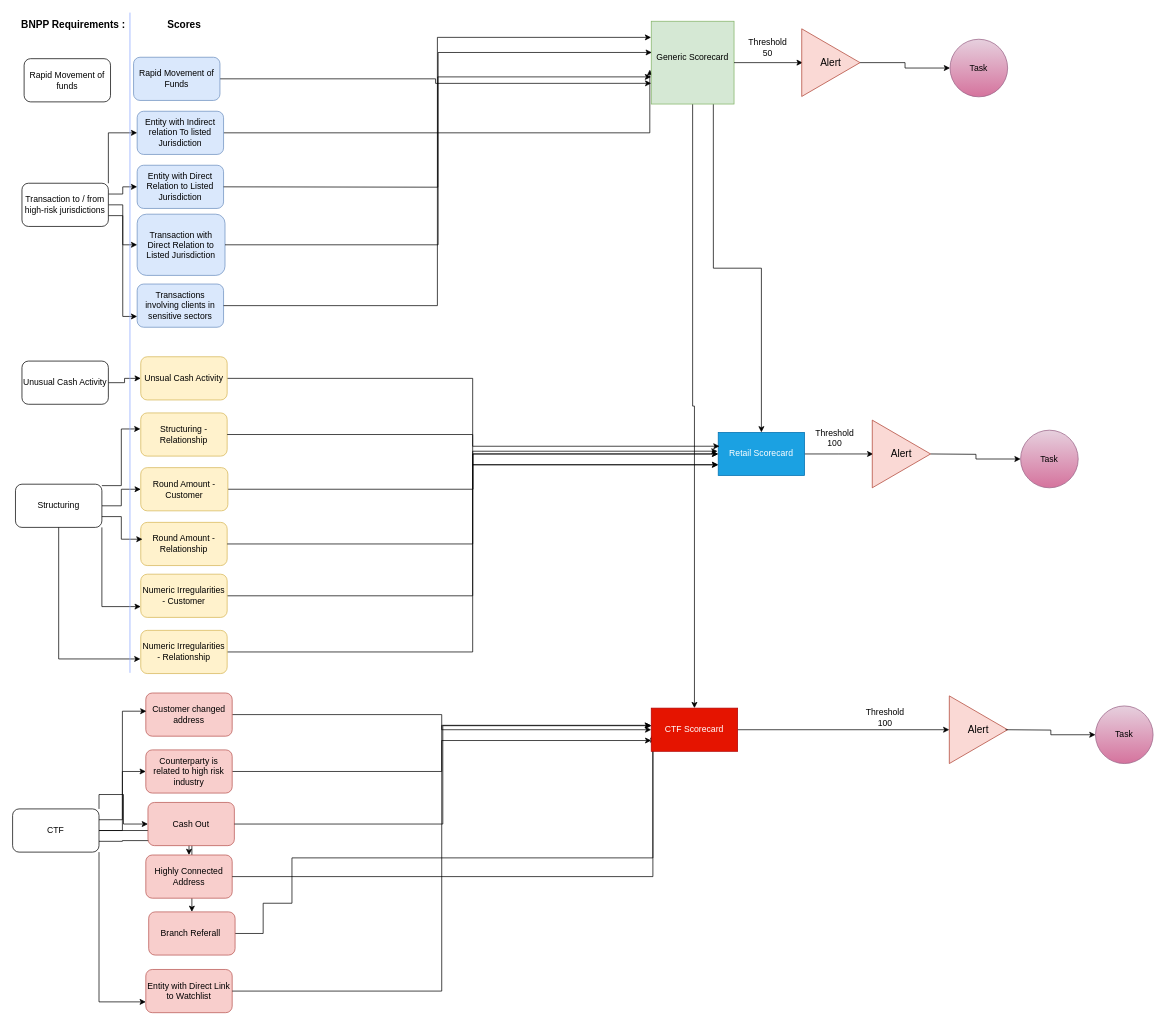
The draw.io diagram Retail Scorecard.drawio in q-jonathanzenouda/Customers, before the edit. Source tidied: cells renumbered, new cells numbered last; positions are measured from the earlier drawing's top-left corner, leaving out a move shared by most shapes. Both pictures are drawn from the tidied source at 72%, with x=0, y=0 at pixel (12, 12).
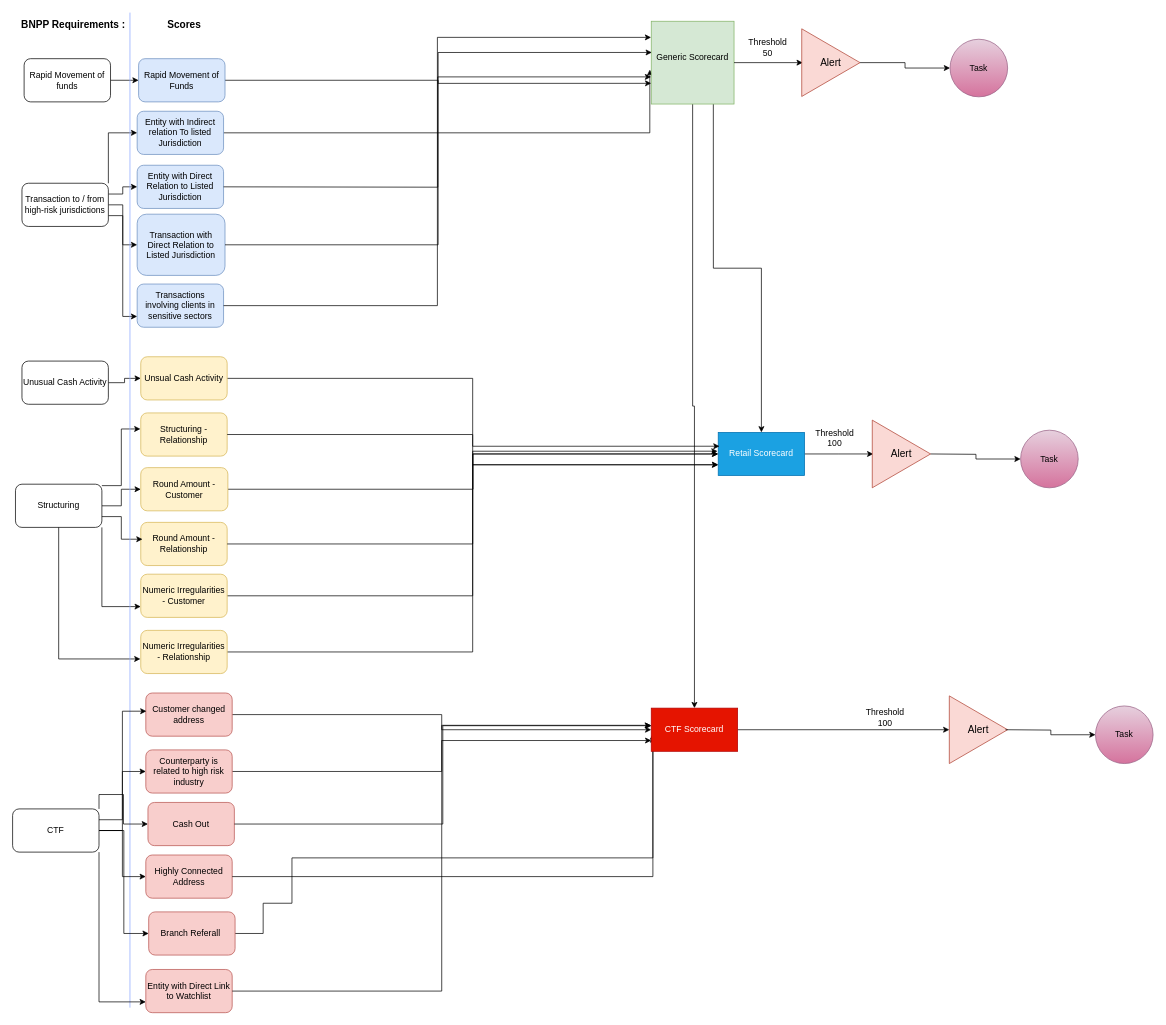
The same page after the edit.

Commit message:
Mettre à jour Retail Scorecard.drawio

Unchanged cells that the change refers to:
```xml
<mxCell id="33" value="Rapid Movement of funds" style="rounded=1;whiteSpace=wrap;html=1;" parent="1" vertex="1">
  <mxGeometry x="16" y="64" width="120" height="60" as="geometry" />
</mxCell>
<mxCell id="50" value="CTF" style="rounded=1;whiteSpace=wrap;html=1;" parent="1" vertex="1">
  <mxGeometry y="1106" width="120" height="60" as="geometry" />
</mxCell>
<mxCell id="56" value="Highly Connected Address" style="rounded=1;whiteSpace=wrap;html=1;fillColor=#f8cecc;strokeColor=#b85450;" parent="1" vertex="1">
  <mxGeometry x="185" y="1170" width="120" height="60" as="geometry" />
</mxCell>
<mxCell id="58" value="Branch Referall&amp;nbsp;" style="rounded=1;whiteSpace=wrap;html=1;fillColor=#f8cecc;strokeColor=#b85450;" parent="1" vertex="1">
  <mxGeometry x="189" y="1249" width="120" height="60" as="geometry" />
</mxCell>
```

The edit, as a diff of the source:
```diff
@@
     <mxCell id="6" value="Rapid Movement of Funds" style="rounded=1;whiteSpace=wrap;html=1;fillColor=#dae8fc;strokeColor=#6c8ebf;" parent="1" vertex="1">
-      <mxGeometry x="168" y="62" width="120" height="60" as="geometry" />
+      <mxGeometry x="175" y="64" width="120" height="60" as="geometry" />
     </mxCell>
@@
+    <mxCell id="80" style="edgeStyle=orthogonalEdgeStyle;rounded=0;jettySize=auto;html=1;exitX=1;exitY=0.5;exitDx=0;exitDy=0;entryX=0;entryY=0.5;entryDx=0;entryDy=0;" parent="1" edge="1" source="33" target="6">
+      <mxGeometry relative="1" as="geometry" />
+    </mxCell>
@@
     <mxCell id="44" style="endArrow=none;html=1;rounded=0;strokeColor=#8CA7FF;" parent="1" edge="1">
       <mxGeometry relative="1" as="geometry">
-        <mxPoint x="163" y="917" as="sourcePoint" />
+        <mxPoint x="163" y="1382" as="sourcePoint" />
         <mxPoint x="163" as="targetPoint" />
       </mxGeometry>
     </mxCell>
@@
-    <mxCell id="46" style="edgeStyle=orthogonalEdgeStyle;rounded=0;jettySize=auto;html=1;" parent="1" edge="1" source="50" target="58">
+    <mxCell id="46" style="edgeStyle=orthogonalEdgeStyle;rounded=0;jettySize=auto;html=1;entryX=0;entryY=0.5;entryDx=0;entryDy=0;" parent="1" edge="1" source="50" target="58">
       <mxGeometry relative="1" as="geometry" />
     </mxCell>
-    <mxCell id="47" style="edgeStyle=orthogonalEdgeStyle;rounded=0;jettySize=auto;html=1;exitX=1;exitY=0.75;exitDx=0;exitDy=0;" parent="1" edge="1" source="50" target="56">
-      <mxGeometry relative="1" as="geometry" />
-    </mxCell>
@@
+    <mxCell id="47" style="edgeStyle=orthogonalEdgeStyle;rounded=0;jettySize=auto;html=1;entryX=0;entryY=0.5;entryDx=0;entryDy=0;" parent="1" edge="1" source="50" target="56">
+      <mxGeometry relative="1" as="geometry" />
+    </mxCell>
```
